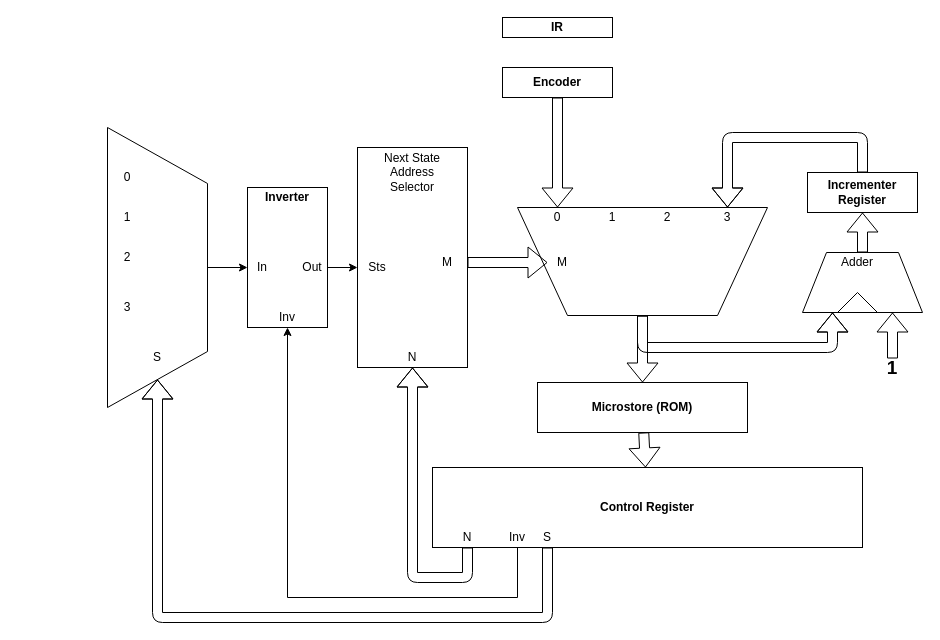
Above: Untitled Diagram.drawio in TheParodicts/MIPS_CPU_Diagram (draw.io), before the change. Source tidied: cells renumbered, new cells numbered last; positions are measured from the earlier drawing's top-left corner, leaving out a move shared by most shapes. Both pictures are drawn from the tidied source at 100%, with x=0, y=0 at pixel (107, 17).
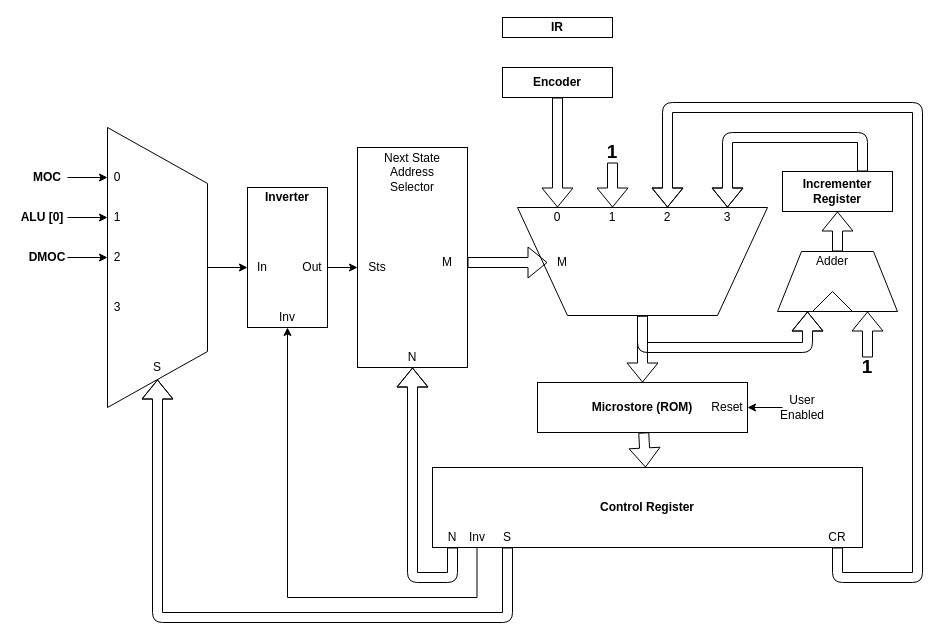
The same diagram, later.

The change refers to these unchanged cells:
```xml
<mxCell id="2" style="shape=trapezoid;perimeter=trapezoidPerimeter;whiteSpace=wrap;html=1;direction=south;" parent="1" vertex="1">
  <mxGeometry y="110" width="100" height="280" as="geometry" />
</mxCell>
<mxCell id="7" style="shape=trapezoid;perimeter=trapezoidPerimeter;whiteSpace=wrap;html=1;flipV=1;" parent="1" vertex="1">
  <mxGeometry x="410" y="190" width="250" height="108" as="geometry" />
</mxCell>
<mxCell id="20" value="Inv" style="text;html=1;strokeColor=none;fillColor=none;align=center;verticalAlign=middle;whiteSpace=wrap;rounded=0;" parent="1" vertex="1">
  <mxGeometry x="165" y="290" width="30" height="20" as="geometry" />
</mxCell>
<mxCell id="24" value="N" style="text;html=1;strokeColor=none;fillColor=none;align=center;verticalAlign=middle;whiteSpace=wrap;rounded=0;" parent="1" vertex="1">
  <mxGeometry x="285" y="330" width="40" height="20" as="geometry" />
</mxCell>
<mxCell id="45" value="1" style="text;html=1;strokeColor=none;fillColor=none;align=center;verticalAlign=middle;whiteSpace=wrap;rounded=0;" parent="1" vertex="1">
  <mxGeometry x="485" y="190" width="40" height="20" as="geometry" />
</mxCell>
<mxCell id="46" value="2" style="text;html=1;strokeColor=none;fillColor=none;align=center;verticalAlign=middle;whiteSpace=wrap;rounded=0;" parent="1" vertex="1">
  <mxGeometry x="540" y="190" width="40" height="20" as="geometry" />
</mxCell>
```

The edit, as a diff of the source:
```diff
@@
     <mxCell id="10" value="&lt;b&gt;Incrementer Register&lt;/b&gt;" style="rounded=0;whiteSpace=wrap;html=1;" parent="1" vertex="1">
-      <mxGeometry x="700" y="155" width="110" height="40" as="geometry" />
+      <mxGeometry x="675" y="154" width="110" height="40" as="geometry" />
     </mxCell>
     <mxCell id="11" style="shape=trapezoid;perimeter=trapezoidPerimeter;whiteSpace=wrap;html=1;" parent="1" vertex="1">
-      <mxGeometry x="695" y="235" width="120" height="60" as="geometry" />
+      <mxGeometry x="670" y="234" width="120" height="60" as="geometry" />
     </mxCell>
     <mxCell id="12" value="0" style="text;html=1;strokeColor=none;fillColor=none;align=center;verticalAlign=middle;whiteSpace=wrap;rounded=0;" parent="1" vertex="1">
-      <mxGeometry y="150" width="40" height="20" as="geometry" />
+      <mxGeometry y="150" width="20" height="20" as="geometry" />
     </mxCell>
     <mxCell id="13" value="1" style="text;html=1;strokeColor=none;fillColor=none;align=center;verticalAlign=middle;whiteSpace=wrap;rounded=0;" parent="1" vertex="1">
-      <mxGeometry y="190" width="40" height="20" as="geometry" />
+      <mxGeometry y="190" width="20" height="20" as="geometry" />
     </mxCell>
     <mxCell id="14" value="2" style="text;html=1;strokeColor=none;fillColor=none;align=center;verticalAlign=middle;whiteSpace=wrap;rounded=0;" parent="1" vertex="1">
-      <mxGeometry y="230" width="40" height="20" as="geometry" />
+      <mxGeometry y="230" width="20" height="20" as="geometry" />
     </mxCell>
     <mxCell id="15" value="3" style="text;html=1;strokeColor=none;fillColor=none;align=center;verticalAlign=middle;whiteSpace=wrap;rounded=0;" parent="1" vertex="1">
-      <mxGeometry y="280" width="40" height="20" as="geometry" />
+      <mxGeometry y="280" width="20" height="20" as="geometry" />
     </mxCell>
     <mxCell id="16" value="S" style="text;html=1;strokeColor=none;fillColor=none;align=center;verticalAlign=middle;whiteSpace=wrap;rounded=0;" parent="1" vertex="1">
-      <mxGeometry x="30" y="330" width="40" height="20" as="geometry" />
+      <mxGeometry x="30" y="340" width="40" height="20" as="geometry" />
     </mxCell>
@@
     <mxCell id="26" style="triangle;whiteSpace=wrap;html=1;direction=north;strokeColor=#000000;" parent="1" vertex="1">
-      <mxGeometry x="730" y="275" width="40" height="20" as="geometry" />
+      <mxGeometry x="705" y="274" width="40" height="20" as="geometry" />
     </mxCell>
     <mxCell id="27" value="Adder" style="text;html=1;strokeColor=none;fillColor=none;align=center;verticalAlign=middle;whiteSpace=wrap;rounded=0;" parent="1" vertex="1">
-      <mxGeometry x="730" y="235" width="40" height="20" as="geometry" />
+      <mxGeometry x="705" y="234" width="40" height="20" as="geometry" />
     </mxCell>
@@
     <mxCell id="31" style="shape=flexArrow;endArrow=classic;html=1;entryX=0.25;entryY=1;entryDx=0;entryDy=0;edgeStyle=orthogonalEdgeStyle;" parent="1" edge="1" source="7" target="11">
       <mxGeometry relative="1" as="geometry">
         <Array as="points">
           <mxPoint x="535" y="330" />
-          <mxPoint x="725" y="330" />
+          <mxPoint x="700" y="330" />
         </Array>
       </mxGeometry>
     </mxCell>
@@
     <mxCell id="34" value="S" style="text;html=1;strokeColor=none;fillColor=none;align=center;verticalAlign=middle;whiteSpace=wrap;rounded=0;" parent="1" vertex="1">
-      <mxGeometry x="420" y="510" width="40" height="20" as="geometry" />
+      <mxGeometry x="380" y="510" width="40" height="20" as="geometry" />
     </mxCell>
     <mxCell id="35" style="shape=flexArrow;endArrow=classic;html=1;exitX=0.5;exitY=1;exitDx=0;exitDy=0;entryX=1;entryY=0.5;entryDx=0;entryDy=0;edgeStyle=orthogonalEdgeStyle;" parent="1" edge="1" source="34" target="2">
       <mxGeometry relative="1" as="geometry">
         <Array as="points">
-          <mxPoint x="440" y="600" />
+          <mxPoint x="400" y="600" />
           <mxPoint x="50" y="600" />
         </Array>
       </mxGeometry>
     </mxCell>
     <mxCell id="36" value="Inv" style="text;html=1;strokeColor=none;fillColor=none;align=center;verticalAlign=middle;whiteSpace=wrap;rounded=0;" parent="1" vertex="1">
-      <mxGeometry x="395" y="510" width="30" height="20" as="geometry" />
+      <mxGeometry x="354.5" y="510" width="30" height="20" as="geometry" />
     </mxCell>
     <mxCell id="37" style="endArrow=classic;html=1;exitX=0.5;exitY=1;exitDx=0;exitDy=0;entryX=0.5;entryY=1;entryDx=0;entryDy=0;edgeStyle=orthogonalEdgeStyle;rounded=0;" parent="1" edge="1" source="36" target="20">
       <mxGeometry relative="1" as="geometry">
         <Array as="points">
-          <mxPoint x="410" y="580" />
+          <mxPoint x="369" y="580" />
           <mxPoint x="180" y="580" />
         </Array>
       </mxGeometry>
     </mxCell>
     <mxCell id="38" value="N" style="text;html=1;strokeColor=none;fillColor=none;align=center;verticalAlign=middle;whiteSpace=wrap;rounded=0;" parent="1" vertex="1">
-      <mxGeometry x="340" y="510" width="40" height="20" as="geometry" />
+      <mxGeometry x="330" y="510" width="30" height="20" as="geometry" />
     </mxCell>
     <mxCell id="39" style="shape=flexArrow;endArrow=classic;html=1;entryX=0.5;entryY=1;entryDx=0;entryDy=0;exitX=0.5;exitY=1;exitDx=0;exitDy=0;edgeStyle=orthogonalEdgeStyle;" parent="1" edge="1" source="38" target="24">
       <mxGeometry relative="1" as="geometry">
         <Array as="points">
-          <mxPoint x="360" y="560" />
+          <mxPoint x="345" y="560" />
           <mxPoint x="305" y="560" />
         </Array>
       </mxGeometry>
     </mxCell>
@@
     <mxCell id="48" value="&lt;b&gt;&lt;font style=&quot;font-size: 19px&quot;&gt;1&lt;/font&gt;&lt;/b&gt;" style="text;html=1;strokeColor=none;fillColor=none;align=center;verticalAlign=middle;whiteSpace=wrap;rounded=0;" parent="1" vertex="1">
-      <mxGeometry x="765" y="341" width="40" height="20" as="geometry" />
+      <mxGeometry x="740" y="340" width="40" height="20" as="geometry" />
     </mxCell>
+    <mxCell id="49" style="endArrow=classic;html=1;entryX=0;entryY=0.5;entryDx=0;entryDy=0;exitX=1;exitY=0.5;exitDx=0;exitDy=0;" parent="1" edge="1" source="50" target="12">
+      <mxGeometry relative="1" as="geometry" />
+    </mxCell>
+    <mxCell id="50" value="&lt;b&gt;MOC&lt;/b&gt;" style="text;html=1;strokeColor=none;fillColor=none;align=center;verticalAlign=middle;whiteSpace=wrap;rounded=0;" parent="1" vertex="1">
+      <mxGeometry x="-80" y="150" width="40" height="20" as="geometry" />
+    </mxCell>
+    <mxCell id="51" style="endArrow=classic;html=1;entryX=0;entryY=0.5;entryDx=0;entryDy=0;exitX=1;exitY=0.5;exitDx=0;exitDy=0;" parent="1" edge="1" source="52" target="13">
+      <mxGeometry relative="1" as="geometry" />
+    </mxCell>
+    <mxCell id="52" value="&lt;b&gt;ALU [0]&lt;/b&gt;" style="text;html=1;strokeColor=none;fillColor=none;align=center;verticalAlign=middle;whiteSpace=wrap;rounded=0;" parent="1" vertex="1">
+      <mxGeometry x="-90" y="190" width="50" height="20" as="geometry" />
+    </mxCell>
+    <mxCell id="53" style="endArrow=classic;html=1;exitX=1;exitY=0.5;exitDx=0;exitDy=0;entryX=0;entryY=0.5;entryDx=0;entryDy=0;" parent="1" edge="1" source="54" target="14">
+      <mxGeometry relative="1" as="geometry" />
+    </mxCell>
+    <mxCell id="54" value="&lt;b&gt;DMOC&lt;/b&gt;" style="text;html=1;strokeColor=none;fillColor=none;align=center;verticalAlign=middle;whiteSpace=wrap;rounded=0;" parent="1" vertex="1">
+      <mxGeometry x="-80" y="230" width="40" height="20" as="geometry" />
+    </mxCell>
+    <mxCell id="55" style="shape=flexArrow;endArrow=classic;html=1;entryX=0.5;entryY=0;entryDx=0;entryDy=0;exitX=0.5;exitY=1;exitDx=0;exitDy=0;" parent="1" edge="1" source="56" target="45">
+      <mxGeometry relative="1" as="geometry" />
+    </mxCell>
+    <mxCell id="56" value="&lt;b&gt;&lt;font style=&quot;font-size: 19px&quot;&gt;1&lt;/font&gt;&lt;/b&gt;" style="text;html=1;strokeColor=none;fillColor=none;align=center;verticalAlign=middle;whiteSpace=wrap;rounded=0;" parent="1" vertex="1">
+      <mxGeometry x="485" y="125" width="40" height="20" as="geometry" />
+    </mxCell>
+    <mxCell id="57" value="CR" style="text;html=1;strokeColor=none;fillColor=none;align=center;verticalAlign=middle;whiteSpace=wrap;rounded=0;" parent="1" vertex="1">
+      <mxGeometry x="710" y="510" width="40" height="20" as="geometry" />
+    </mxCell>
+    <mxCell id="58" style="shape=flexArrow;endArrow=classic;html=1;exitX=0.5;exitY=1;exitDx=0;exitDy=0;entryX=0.5;entryY=0;entryDx=0;entryDy=0;edgeStyle=orthogonalEdgeStyle;" parent="1" edge="1" source="57" target="46">
+      <mxGeometry relative="1" as="geometry">
+        <Array as="points">
+          <mxPoint x="730" y="560" />
+          <mxPoint x="810" y="560" />
+          <mxPoint x="810" y="90" />
+          <mxPoint x="560" y="90" />
+        </Array>
+      </mxGeometry>
+    </mxCell>
+    <mxCell id="59" value="Reset" style="text;html=1;strokeColor=none;fillColor=none;align=center;verticalAlign=middle;whiteSpace=wrap;rounded=0;" parent="1" vertex="1">
+      <mxGeometry x="600" y="380" width="40" height="20" as="geometry" />
+    </mxCell>
+    <mxCell id="60" style="endArrow=classic;html=1;entryX=1;entryY=0.5;entryDx=0;entryDy=0;exitX=0;exitY=0.5;exitDx=0;exitDy=0;" parent="1" edge="1" source="61" target="59">
+      <mxGeometry relative="1" as="geometry" />
+    </mxCell>
+    <mxCell id="61" value="User Enabled" style="text;html=1;strokeColor=none;fillColor=none;align=center;verticalAlign=middle;whiteSpace=wrap;rounded=0;" parent="1" vertex="1">
+      <mxGeometry x="675" y="380" width="40" height="20" as="geometry" />
+    </mxCell>
```
